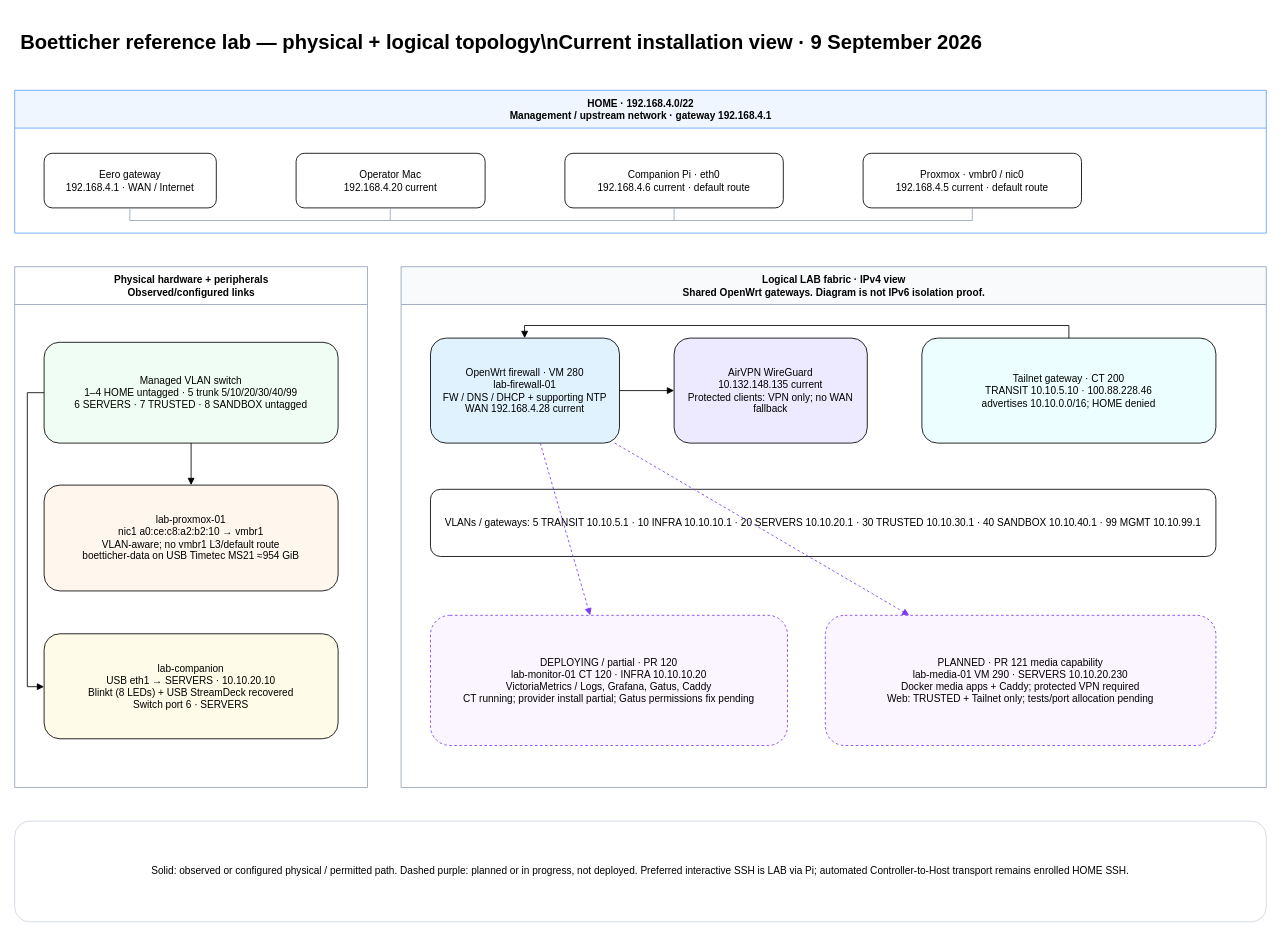
Before: docs/images/network-topology.drawio in gofastercloud/boetticher, a draw.io diagram. Source tidied: cells renumbered, new cells numbered last; positions are measured from the earlier drawing's top-left corner, leaving out a move shared by most shapes. Both pictures are drawn from the tidied source at 84%, with x=0, y=0 at pixel (14, 14).
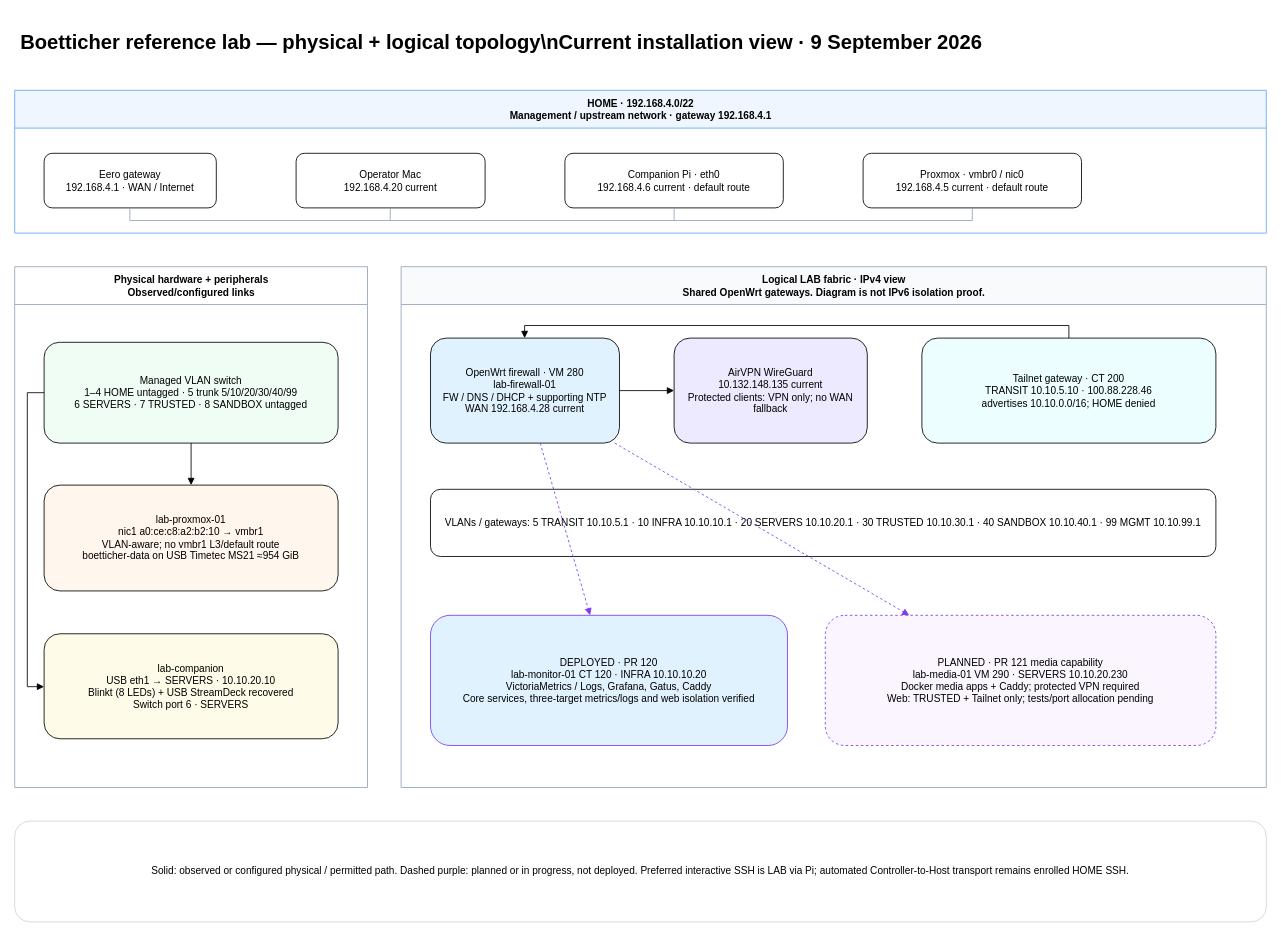
After the change.

Commit message (it also covers changes not shown here):
Align observability dashboards with configured runtime targets

Unchanged cells that the change refers to:
```xml
<mxCell id="17" value="Logical LAB fabric · IPv4 view&#10;Shared OpenWrt gateways. Diagram is not IPv6 isolation proof." style="swimlane;html=1;startSize=45;fillColor=#f8fafc;strokeColor=#94a3b8;fontStyle=1;" parent="1" vertex="1">
  <mxGeometry x="460" y="300" width="1030" height="620" as="geometry" />
</mxCell>
```

Diff of the diagram source:
```diff
@@
-    <mxCell id="22" value="DEPLOYING / partial · PR 120&#10;lab-monitor-01 CT 120 · INFRA 10.10.10.20&#10;VictoriaMetrics / Logs, Grafana, Gatus, Caddy&#10;CT running; provider install partial; Gatus permissions fix pending" style="rounded=1;whiteSpace=wrap;html=1;fillColor=#faf5ff;strokeColor=#7c3aed;dashed=1;" parent="17" vertex="1">
+    <mxCell id="22" value="DEPLOYED · PR 120&#10;lab-monitor-01 CT 120 · INFRA 10.10.10.20&#10;VictoriaMetrics / Logs, Grafana, Gatus, Caddy&#10;Core services, three-target metrics/logs and web isolation verified" style="rounded=1;whiteSpace=wrap;html=1;fillColor=#e0f2fe;strokeColor=#7c3aed;" parent="17" vertex="1">
       <mxGeometry x="35" y="415" width="425" height="155" as="geometry" />
     </mxCell>
```
